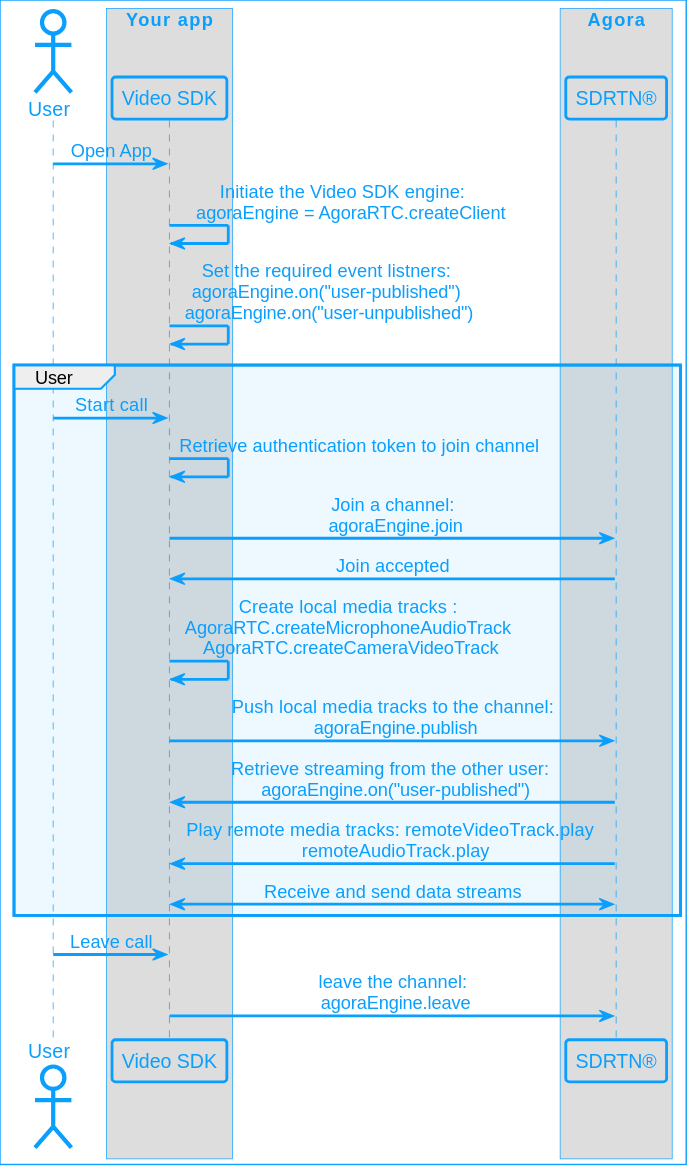
Before: assets/images/rtc-sdk/video-call-logic-web.svg, a diagram exported from PlantUML (AgoraIO/Docs-Source). The source it was exported from:
```plantuml
@startuml
!include agora_skin.iuml

actor "User" as USR

box "Your app"

participant "Video SDK" as APP

end box

box "Agora"

participant "SDRTN®" as API

end box

USR -> APP: Open App
APP -> APP: Initiate the Video SDK engine:\n   agoraEngine = AgoraRTC.createClient
APP -> APP: Set the required event listners:\n agoraEngine.on("user-published") \n agoraEngine.on("user-unpublished")

group User
USR -> APP: Start call
APP->APP: Retrieve authentication token to join channel
APP -> API: Join a channel:\n agoraEngine.join
API -> APP : Join accepted
APP -> APP: Create local media tracks :\n AgoraRTC.createMicrophoneAudioTrack \n AgoraRTC.createCameraVideoTrack
APP -> API:  Push local media tracks to the channel:\n agoraEngine.publish
API -> APP: Retrieve streaming from the other user: \n agoraEngine.on("user-published")
API -> APP: Play remote media tracks: remoteVideoTrack.play \n remoteAudioTrack.play
API <-> APP: Receive and send data streams
end
USR -> APP: Leave call
APP -> API: leave the channel:\n agoraEngine.leave
@enduml
```
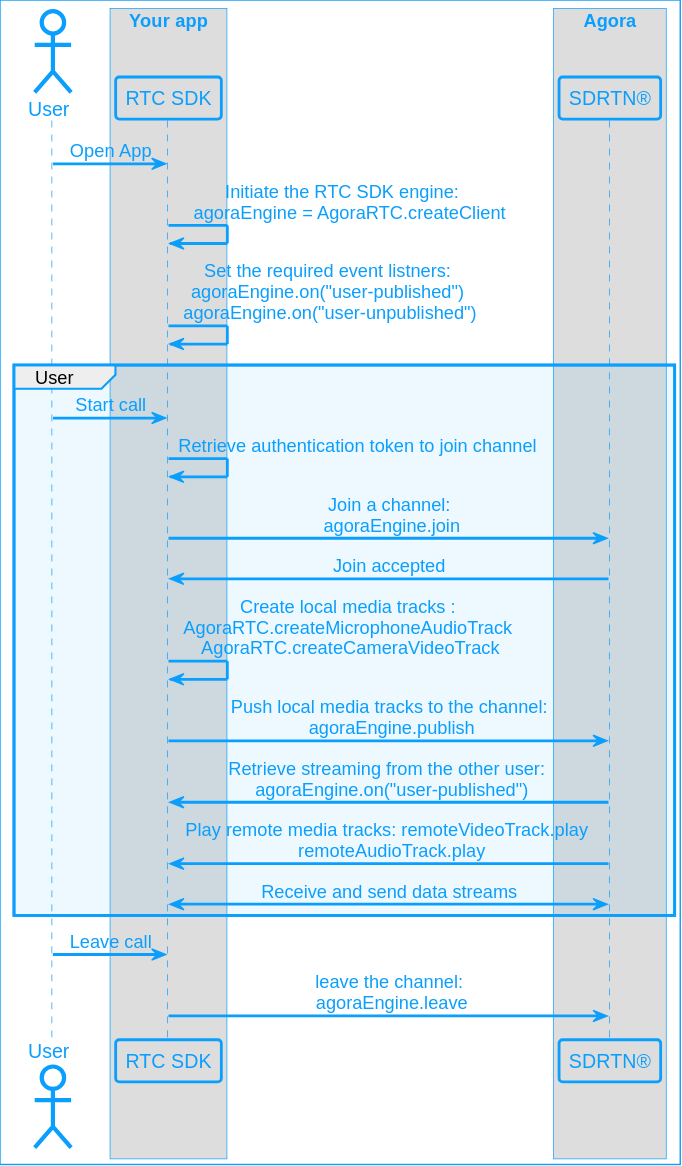
The same diagram one commit later.

The edit, as a diff of the source:
```diff
@@ -5,7 +5,7 @@
 
 box "Your app"
 
-participant "Video SDK" as APP
+participant "RTC SDK" as APP
 
 end box
 
@@ -16,7 +16,7 @@
 end box
 
 USR -> APP: Open App
-APP -> APP: Initiate the Video SDK engine:\n   agoraEngine = AgoraRTC.createClient
+APP -> APP: Initiate the RTC SDK engine:\n   agoraEngine = AgoraRTC.createClient
 APP -> APP: Set the required event listners:\n agoraEngine.on("user-published") \n agoraEngine.on("user-unpublished")
 
 group User
```
